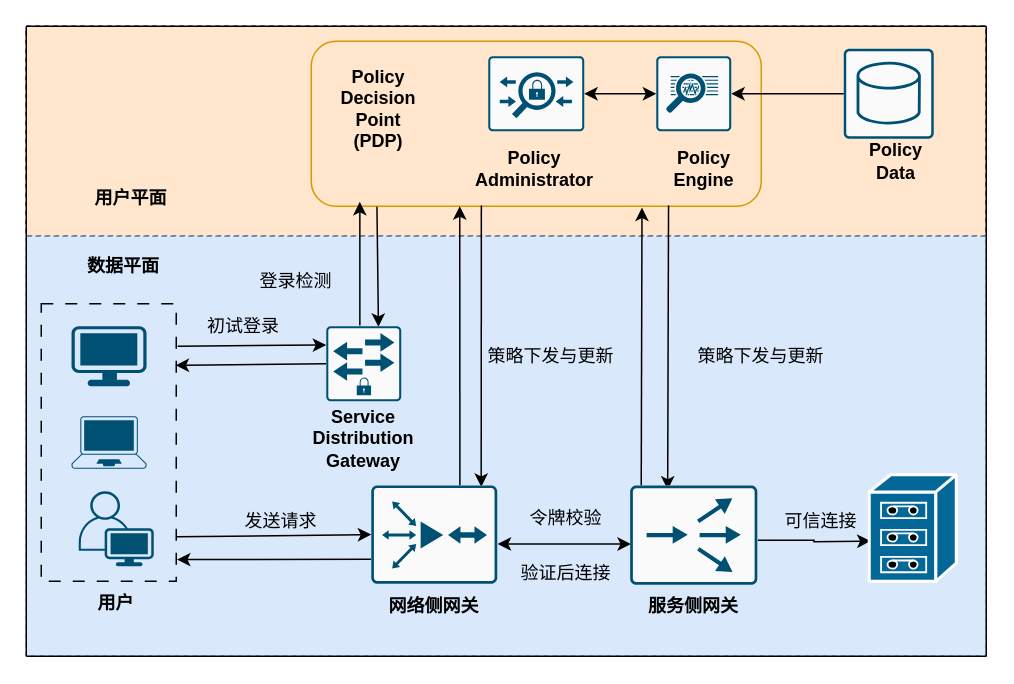
Norton-Lin/Picture keeps this draw.io diagram as 整体架构.drawio. Above is the earlier version. Source tidied: cells renumbered, new cells numbered last; positions are measured from the earlier drawing's top-left corner, leaving out a move shared by most shapes. Both pictures are drawn from the tidied source at 150%, with x=0, y=0 at pixel (26, 26).
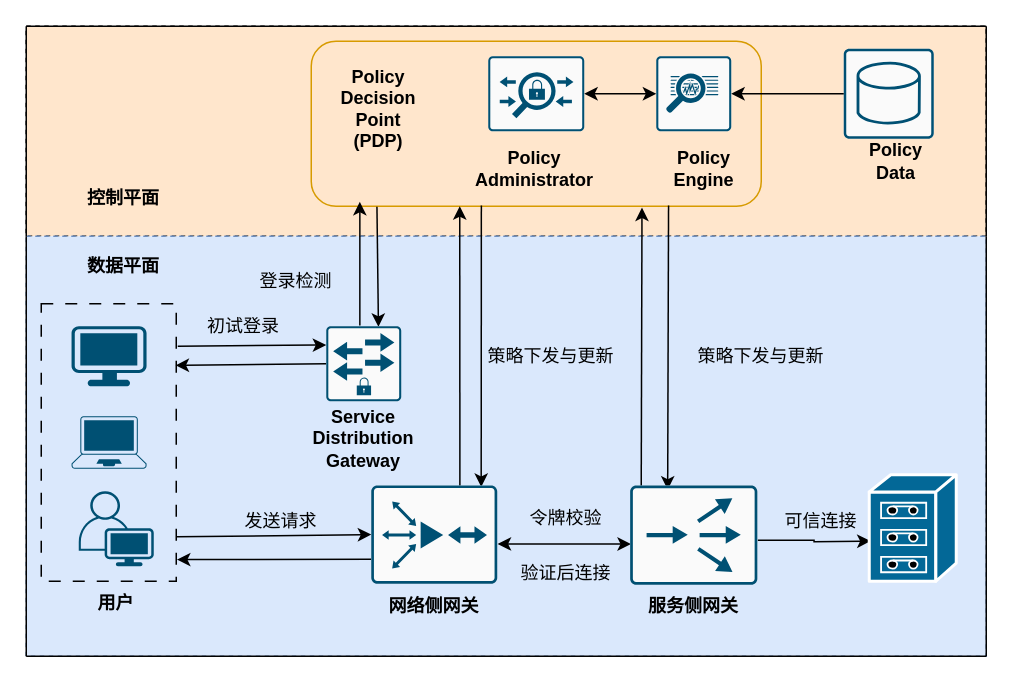
The same diagram, later.

Commit message (it also covers changes not shown here):
更新整体架构.drawio

Diff of the diagram source:
```diff
@@
-    <mxCell id="4" value="&lt;b&gt;用户平面&lt;/b&gt;" style="text;html=1;align=center;verticalAlign=middle;whiteSpace=wrap;rounded=0;" parent="1" vertex="1">
-      <mxGeometry x="15" y="100" width="110" height="30" as="geometry" />
+    <mxCell id="4" value="&lt;b&gt;控制平面&lt;/b&gt;" style="text;html=1;align=center;verticalAlign=middle;whiteSpace=wrap;rounded=0;" parent="1" vertex="1">
+      <mxGeometry x="10" y="100" width="110" height="30" as="geometry" />
     </mxCell>
```
